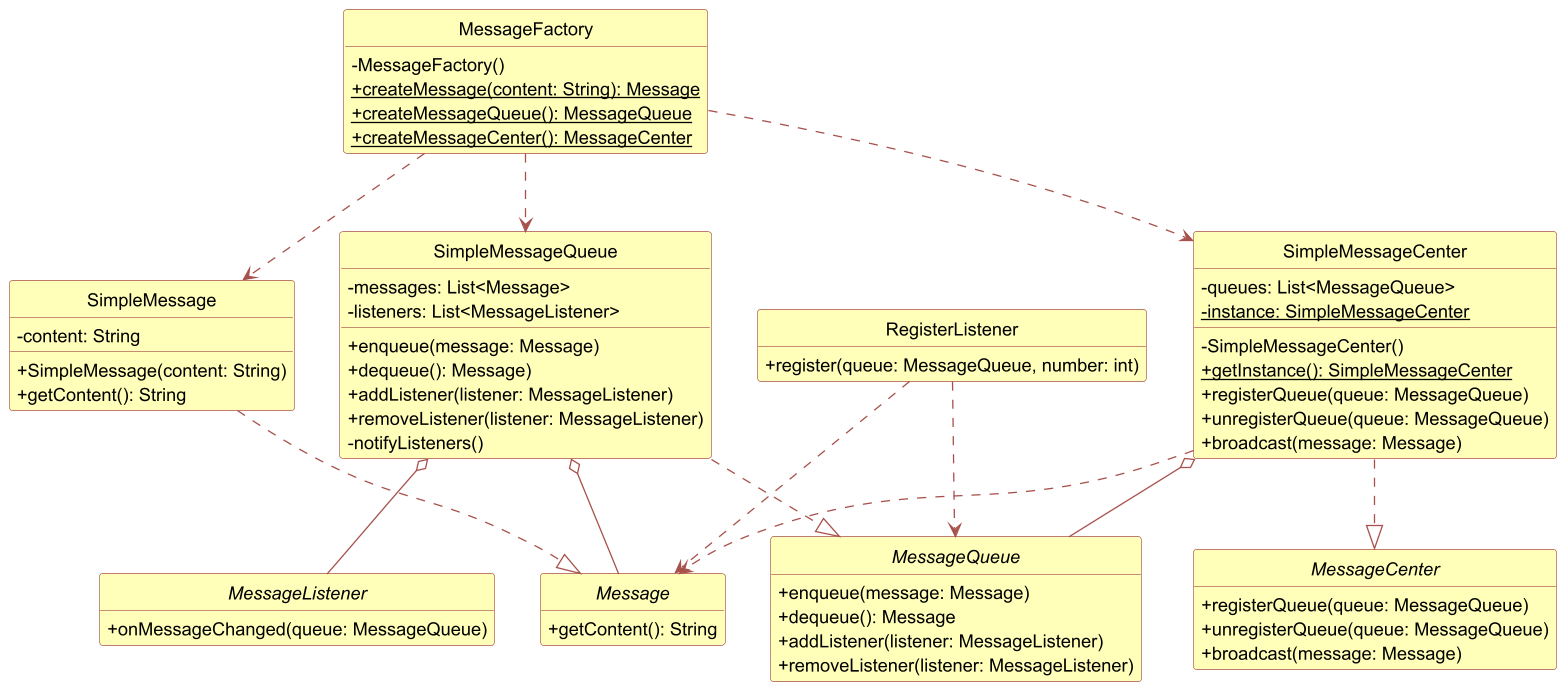
This is 实验/实验一/code/simpleMOM1/target/classes/class_uml.png from WiserZhou/SoftwareArchitecture, a PlantUML export, as it was before one commit.
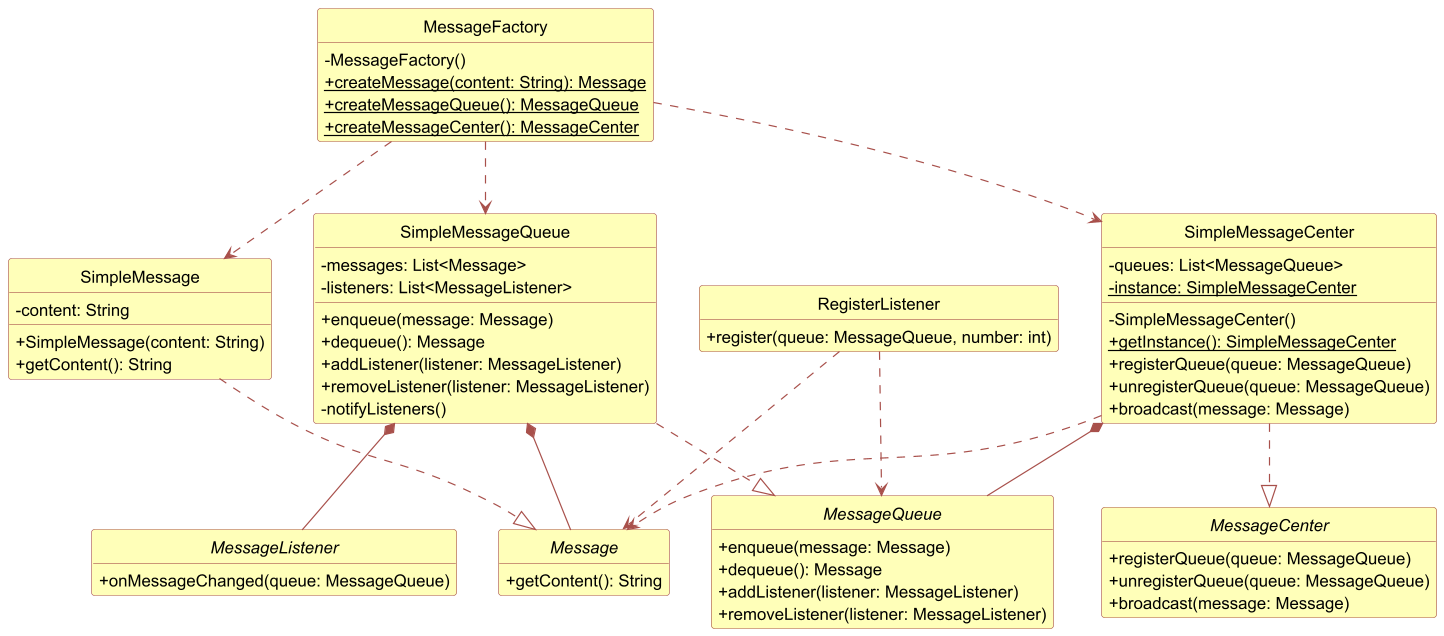
The same file after the commit.

The edit, as a diff of the source:
```diff
@@ -15,6 +15,8 @@
     BackgroundColor YELLOW_BOX
     BorderColor RED_LINE
 }
+
+skinparam linetype ortho  ' 设置线条为直线
 
 hide circle
 
@@ -41,7 +43,7 @@
     - messages: List<Message>
     - listeners: List<MessageListener>
     + enqueue(message: Message)
-    + dequeue(): Message)
+    + dequeue(): Message
     + addListener(listener: MessageListener)
     + removeListener(listener: MessageListener)
     - notifyListeners()
@@ -83,11 +85,11 @@
 RegisterListener ..> MessageQueue
 RegisterListener ..> Message
 
-SimpleMessageCenter o-- MessageQueue
+SimpleMessageCenter *-- MessageQueue
 SimpleMessageCenter ..> Message
 
-SimpleMessageQueue o-- Message
-SimpleMessageQueue o-- MessageListener
+SimpleMessageQueue *-- Message
+SimpleMessageQueue *-- MessageListener
 
 MessageFactory ..> SimpleMessage
 MessageFactory ..> SimpleMessageQueue
```
